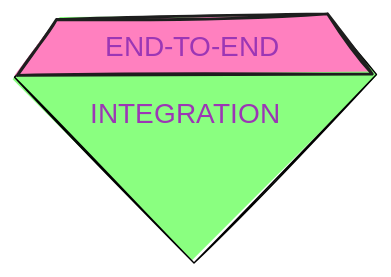
This is slidedeck/assets/test-shapes/true-diamond.excalidraw.svg from ninoCan/talk-testing-demystified, a Excalidraw export, as it was before one commit. Source tidied: one line per element, renumbered; positions are measured from the earlier drawing's top-left corner, leaving out a move shared by most shapes. Its diagram source:
```json
{"id": 0, "type": "line", "strokeColor": "#000000", "backgroundColor": "#8aff80", "fillStyle": "solid", "strokeWidth": 1, "roughness": 1, "x": 31, "y": 4, "width": 259, "height": 176, "points": [[0, 0], [193, -1], [228, 40], [98, 175], [-31, 42], [0, 0]]}
{"id": 1, "type": "line", "strokeColor": "#1e1e1e", "backgroundColor": "#ff80bf", "fillStyle": "solid", "strokeWidth": 2, "roughness": 1, "x": 30, "y": 4, "width": 254, "height": 44, "points": [[0, 0], [-28, 40], [226, 39], [194, -4], [0, 0]]}
{"id": 2, "type": "text", "text": "END-TO-END", "strokeColor": "#9c36b5", "strokeWidth": 2, "roughness": 1, "fontSize": 20, "fontFamily": 1, "x": 65, "y": 12, "width": 131, "height": 25}
{"id": 3, "type": "text", "text": "INTEGRATION", "strokeColor": "#9c36b5", "strokeWidth": 2, "roughness": 1, "fontSize": 20, "fontFamily": 1, "x": 54, "y": 60, "width": 150, "height": 25}
```
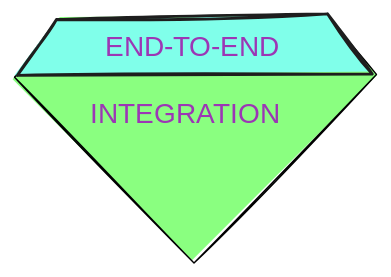
Later version of the same file.

Change to the diagram source:
```diff
@@ -1,4 +1,4 @@
 {"id": 0, "type": "line", "strokeColor": "#000000", "backgroundColor": "#8aff80", "fillStyle": "solid", "strokeWidth": 1, "roughness": 1, "x": 31, "y": 4, "width": 259, "height": 176, "points": [[0, 0], [193, -1], [228, 40], [98, 175], [-31, 42], [0, 0]]}
-{"id": 1, "type": "line", "strokeColor": "#1e1e1e", "backgroundColor": "#ff80bf", "fillStyle": "solid", "strokeWidth": 2, "roughness": 1, "x": 30, "y": 4, "width": 254, "height": 44, "points": [[0, 0], [-28, 40], [226, 39], [194, -4], [0, 0]]}
+{"id": 1, "type": "line", "strokeColor": "#1e1e1e", "backgroundColor": "#80ffea", "fillStyle": "solid", "strokeWidth": 2, "roughness": 1, "x": 30, "y": 4, "width": 254, "height": 44, "points": [[0, 0], [-28, 40], [226, 39], [194, -4], [0, 0]]}
 {"id": 2, "type": "text", "text": "END-TO-END", "strokeColor": "#9c36b5", "strokeWidth": 2, "roughness": 1, "fontSize": 20, "fontFamily": 1, "x": 65, "y": 12, "width": 131, "height": 25}
 {"id": 3, "type": "text", "text": "INTEGRATION", "strokeColor": "#9c36b5", "strokeWidth": 2, "roughness": 1, "fontSize": 20, "fontFamily": 1, "x": 54, "y": 60, "width": 150, "height": 25}
```
